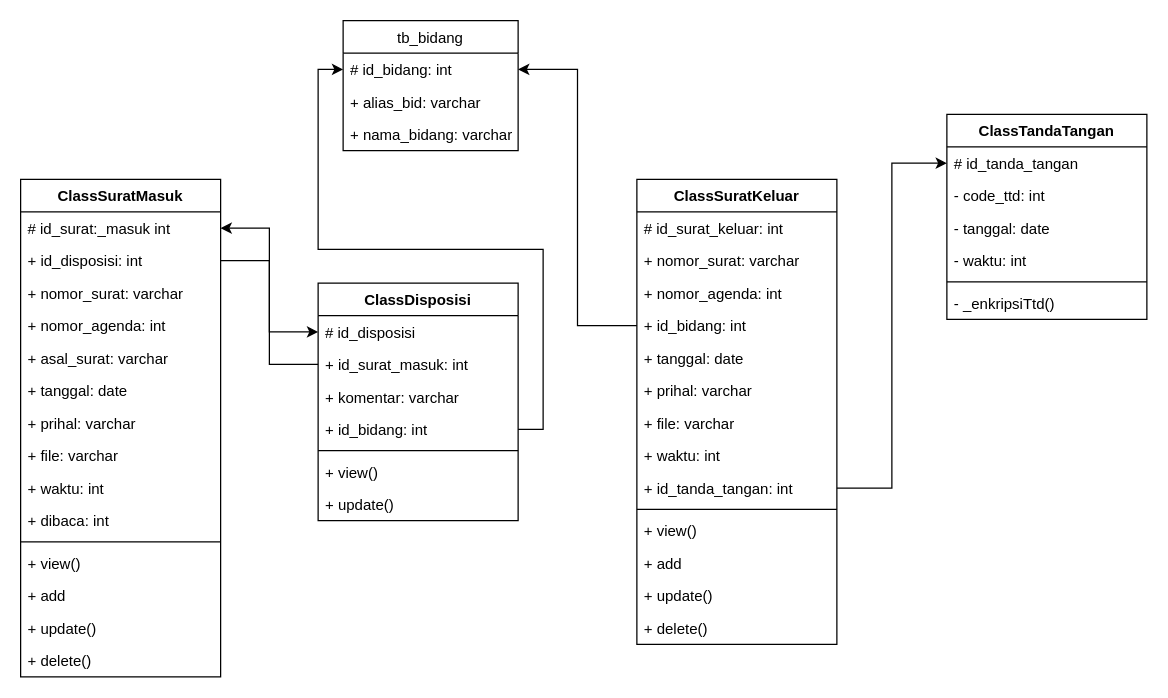
Above: page "surat" (2 of 2) of UML/FILE drawio/4. CLASS DIAGRAM/CLASS DIAGRAM.drawio in Rusadi-0/KULIAH (draw.io), before the change. Source tidied: cells renumbered, new cells numbered last; positions are measured from the earlier drawing's top-left corner, leaving out a move shared by most shapes. Both pictures are drawn from the tidied source at 125%, with x=0, y=0 at pixel (20, 20).
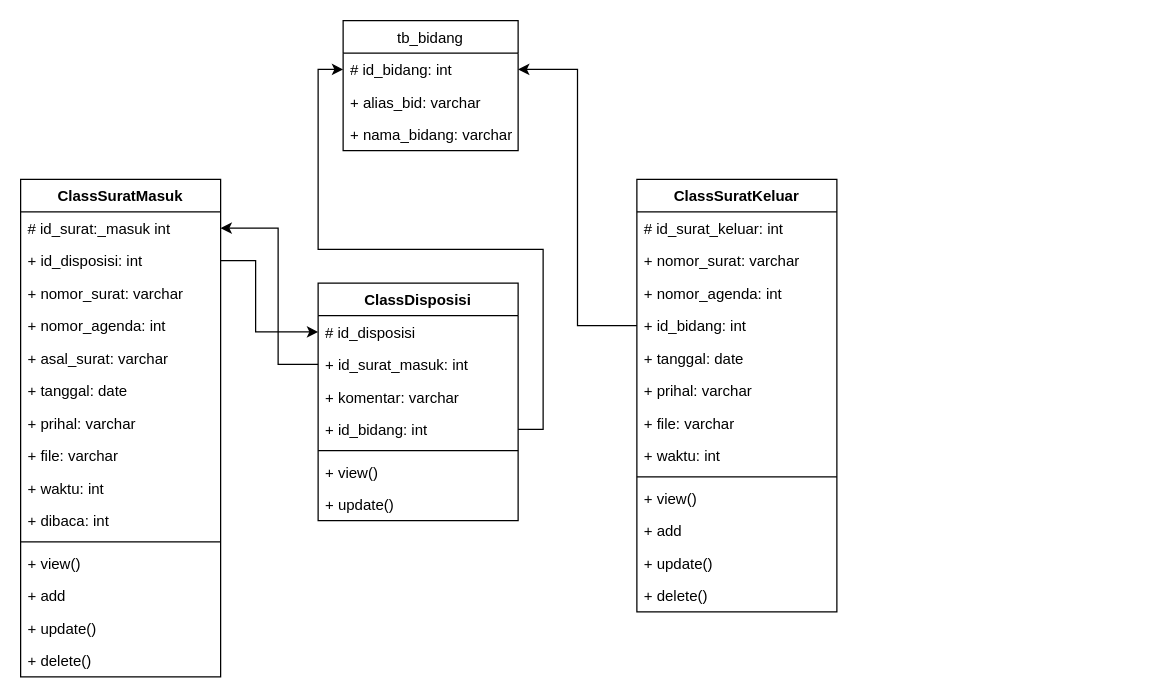
Above is the later version.

The change refers to these unchanged cells:
```xml
<mxCell id="3" value="# id_surat:_masuk int" style="text;strokeColor=none;fillColor=none;align=left;verticalAlign=top;spacingLeft=4;spacingRight=4;overflow=hidden;points=[[0,0.5],[1,0.5]];portConstraint=eastwest;" parent="2" vertex="1">
  <mxGeometry y="26" width="160" height="26" as="geometry" />
</mxCell>
<mxCell id="4" value="+ id_disposisi: int" style="text;strokeColor=none;fillColor=none;align=left;verticalAlign=top;spacingLeft=4;spacingRight=4;overflow=hidden;points=[[0,0.5],[1,0.5]];portConstraint=eastwest;" parent="2" vertex="1">
  <mxGeometry y="52" width="160" height="26" as="geometry" />
</mxCell>
<mxCell id="34" value="# id_disposisi" style="text;strokeColor=none;fillColor=none;align=left;verticalAlign=top;spacingLeft=4;spacingRight=4;overflow=hidden;points=[[0,0.5],[1,0.5]];portConstraint=eastwest;" parent="33" vertex="1">
  <mxGeometry y="26" width="160" height="26" as="geometry" />
</mxCell>
<mxCell id="35" value="+ id_surat_masuk: int" style="text;strokeColor=none;fillColor=none;align=left;verticalAlign=top;spacingLeft=4;spacingRight=4;overflow=hidden;points=[[0,0.5],[1,0.5]];portConstraint=eastwest;" parent="33" vertex="1">
  <mxGeometry y="52" width="160" height="26" as="geometry" />
</mxCell>
```

The edit, as a diff of the source:
```diff
@@
     <mxCell id="18" value="ClassSuratKeluar" style="swimlane;fontStyle=1;align=center;verticalAlign=top;horizontal=1;startSize=26;" parent="1" vertex="1">
-      <mxGeometry x="493" y="127" width="160" height="372" as="geometry" />
+      <mxGeometry x="493" y="127" width="160" height="346" as="geometry" />
     </mxCell>
@@
-    <mxCell id="27" value="+ id_tanda_tangan: int" style="text;strokeColor=none;fillColor=none;align=left;verticalAlign=top;spacingLeft=4;spacingRight=4;overflow=hidden;points=[[0,0.5],[1,0.5]];portConstraint=eastwest;" parent="18" vertex="1">
-      <mxGeometry y="234" width="160" height="26" as="geometry" />
-    </mxCell>
     <mxCell id="28" style="line;strokeWidth=1;fillColor=none;align=left;verticalAlign=middle;spacingTop=-1;spacingLeft=3;spacingRight=3;labelPosition=right;" parent="18" vertex="1">
-      <mxGeometry y="260" width="160" height="8" as="geometry" />
+      <mxGeometry y="234" width="160" height="8" as="geometry" />
     </mxCell>
     <mxCell id="29" value="+ view()" style="text;strokeColor=none;fillColor=none;align=left;verticalAlign=top;spacingLeft=4;spacingRight=4;overflow=hidden;" parent="18" vertex="1">
-      <mxGeometry y="268" width="160" height="26" as="geometry" />
+      <mxGeometry y="242" width="160" height="26" as="geometry" />
     </mxCell>
     <mxCell id="30" value="+ add" style="text;strokeColor=none;fillColor=none;align=left;verticalAlign=top;spacingLeft=4;spacingRight=4;overflow=hidden;" parent="18" vertex="1">
-      <mxGeometry y="294" width="160" height="26" as="geometry" />
+      <mxGeometry y="268" width="160" height="26" as="geometry" />
     </mxCell>
     <mxCell id="31" value="+ update()" style="text;strokeColor=none;fillColor=none;align=left;verticalAlign=top;spacingLeft=4;spacingRight=4;overflow=hidden;" parent="18" vertex="1">
-      <mxGeometry y="320" width="160" height="26" as="geometry" />
+      <mxGeometry y="294" width="160" height="26" as="geometry" />
     </mxCell>
     <mxCell id="32" value="+ delete()" style="text;strokeColor=none;fillColor=none;align=left;verticalAlign=top;spacingLeft=4;spacingRight=4;overflow=hidden;" parent="18" vertex="1">
-      <mxGeometry y="346" width="160" height="26" as="geometry" />
+      <mxGeometry y="320" width="160" height="26" as="geometry" />
     </mxCell>
@@
     <mxCell id="47" style="edgeStyle=orthogonalEdgeStyle;rounded=0;jettySize=auto;html=1;" parent="1" edge="1" source="35" target="3">
-      <mxGeometry relative="1" as="geometry" />
+      <mxGeometry relative="1" as="geometry">
+        <Array as="points">
+          <mxPoint x="206" y="275" />
+          <mxPoint x="206" y="166" />
+        </Array>
+      </mxGeometry>
     </mxCell>
     <mxCell id="48" style="edgeStyle=orthogonalEdgeStyle;rounded=0;jettySize=auto;html=1;" parent="1" edge="1" source="4" target="34">
-      <mxGeometry relative="1" as="geometry" />
+      <mxGeometry relative="1" as="geometry">
+        <Array as="points">
+          <mxPoint x="188" y="192" />
+          <mxPoint x="188" y="249" />
+        </Array>
+      </mxGeometry>
     </mxCell>
-    <mxCell id="49" value="ClassTandaTangan" style="swimlane;fontStyle=1;align=center;verticalAlign=top;horizontal=1;startSize=26;" parent="1" vertex="1">
-      <mxGeometry x="741" y="75" width="160" height="164" as="geometry" />
-    </mxCell>
-    <mxCell id="50" value="# id_tanda_tangan" style="text;strokeColor=none;fillColor=none;align=left;verticalAlign=top;spacingLeft=4;spacingRight=4;overflow=hidden;points=[[0,0.5],[1,0.5]];portConstraint=eastwest;" parent="49" vertex="1">
-      <mxGeometry y="26" width="160" height="26" as="geometry" />
-    </mxCell>
-    <mxCell id="51" value="- code_ttd: int" style="text;strokeColor=none;fillColor=none;align=left;verticalAlign=top;spacingLeft=4;spacingRight=4;overflow=hidden;" parent="49" vertex="1">
-      <mxGeometry y="52" width="160" height="26" as="geometry" />
-    </mxCell>
-    <mxCell id="52" value="- tanggal: date" style="text;strokeColor=none;fillColor=none;align=left;verticalAlign=top;spacingLeft=4;spacingRight=4;overflow=hidden;" parent="49" vertex="1">
-      <mxGeometry y="78" width="160" height="26" as="geometry" />
-    </mxCell>
-    <mxCell id="53" value="- waktu: int" style="text;strokeColor=none;fillColor=none;align=left;verticalAlign=top;spacingLeft=4;spacingRight=4;overflow=hidden;" parent="49" vertex="1">
-      <mxGeometry y="104" width="160" height="26" as="geometry" />
-    </mxCell>
-    <mxCell id="54" style="line;strokeWidth=1;fillColor=none;align=left;verticalAlign=middle;spacingTop=-1;spacingLeft=3;spacingRight=3;labelPosition=right;" parent="49" vertex="1">
-      <mxGeometry y="130" width="160" height="8" as="geometry" />
-    </mxCell>
-    <mxCell id="55" value="- _enkripsiTtd()" style="text;strokeColor=none;fillColor=none;align=left;verticalAlign=top;spacingLeft=4;spacingRight=4;overflow=hidden;" parent="49" vertex="1">
-      <mxGeometry y="138" width="160" height="26" as="geometry" />
-    </mxCell>
-    <mxCell id="56" style="edgeStyle=orthogonalEdgeStyle;rounded=0;jettySize=auto;html=1;" parent="1" edge="1" source="27" target="50">
-      <mxGeometry relative="1" as="geometry" />
-    </mxCell>
```
